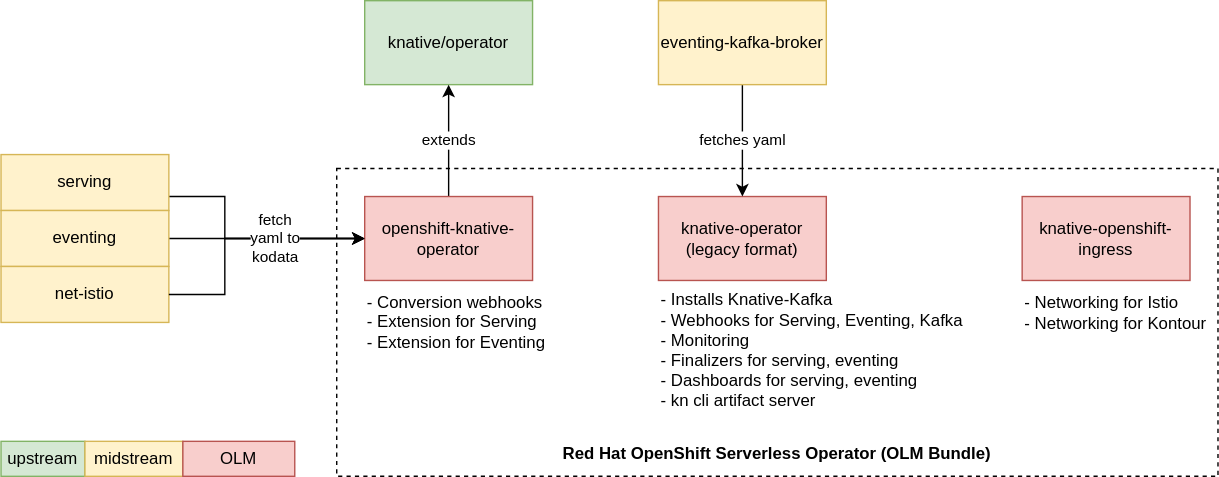
The draw.io diagram openshift-knative/high_level_overview.drawio.svg in ReToCode/diagrams, before a commit. Source tidied: cells renumbered, new cells last; positions are measured from the earlier drawing's top-left corner, leaving out a move shared by most shapes.
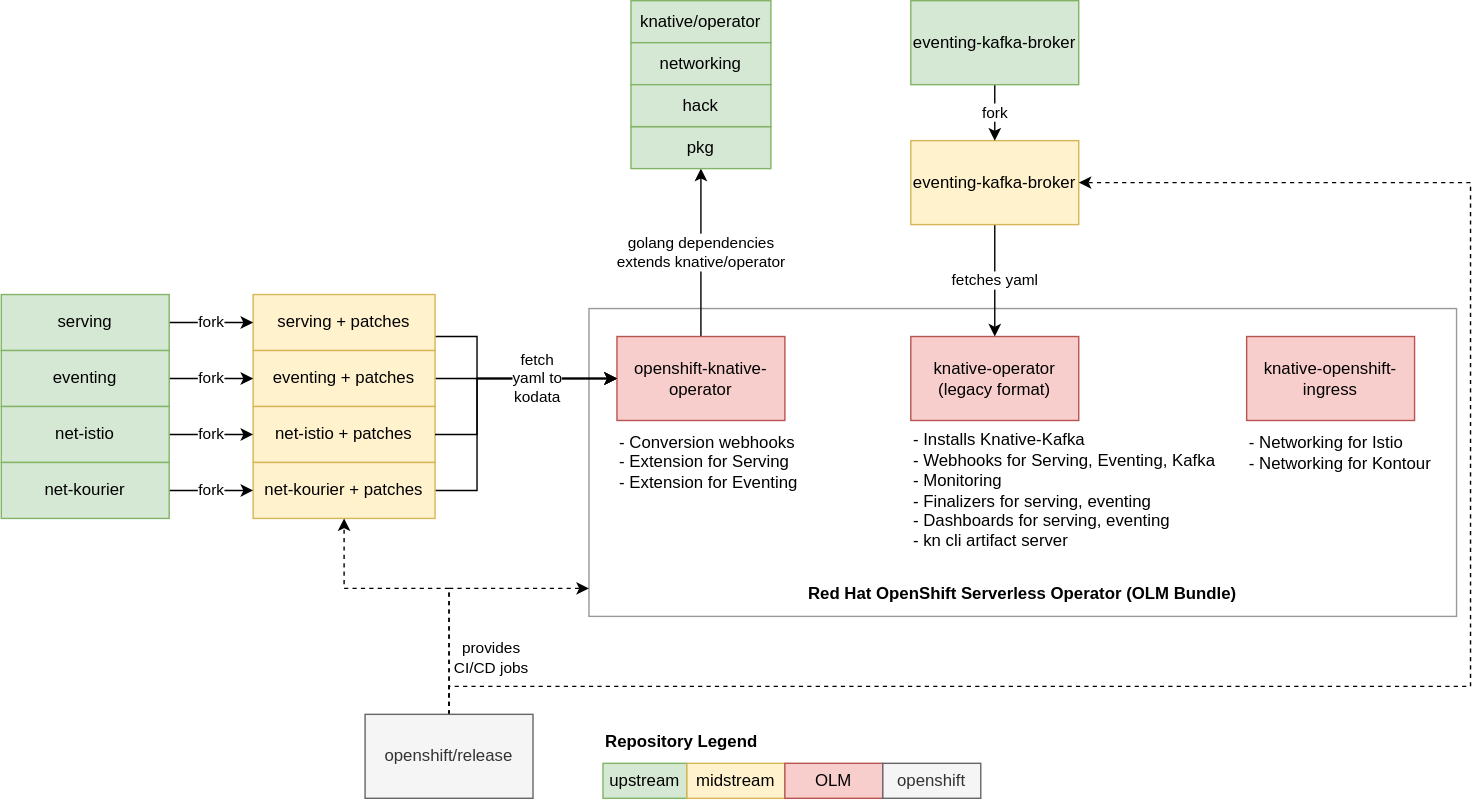
The same file after the commit.

Commit message:
Update serverless-operator diagram

What changed in the source:
```diff
@@ -2,11 +2,11 @@
   <root>
     <mxCell id="0" />
     <mxCell id="1" parent="0" />
-    <mxCell id="2" value="&amp;nbsp;&lt;br&gt;&lt;br&gt;&lt;br&gt;&lt;br&gt;&lt;br&gt;&lt;br&gt;&lt;br&gt;&lt;br&gt;&lt;br&gt;&lt;br&gt;&lt;br&gt;&lt;br&gt;&lt;br&gt;&lt;b&gt;Red Hat OpenShift Serverless Operator (OLM Bundle)&lt;/b&gt;" style="whiteSpace=wrap;html=1;fillColor=none;strokeColor=#000000;dashed=1;" parent="1" vertex="1">
-      <mxGeometry x="240" y="120" width="630" height="220" as="geometry" />
+    <mxCell id="2" value="&amp;nbsp;&lt;br&gt;&lt;br&gt;&lt;br&gt;&lt;br&gt;&lt;br&gt;&lt;br&gt;&lt;br&gt;&lt;br&gt;&lt;br&gt;&lt;br&gt;&lt;br&gt;&lt;br&gt;&lt;br&gt;&lt;b&gt;Red Hat OpenShift Serverless Operator (OLM Bundle)&lt;/b&gt;" style="whiteSpace=wrap;html=1;fillColor=none;strokeColor=#999999;" parent="1" vertex="1">
+      <mxGeometry x="240" y="120" width="620" height="220" as="geometry" />
     </mxCell>
     <mxCell id="3" value="knative/operator" style="rounded=0;whiteSpace=wrap;html=1;fillColor=#d5e8d4;strokeColor=#82b366;" parent="1" vertex="1">
-      <mxGeometry x="260" width="120" height="60" as="geometry" />
+      <mxGeometry x="270" y="-100" width="100" height="30" as="geometry" />
     </mxCell>
     <mxCell id="4" style="edgeStyle=orthogonalEdgeStyle;rounded=0;jettySize=auto;html=1;entryX=0;entryY=0.5;entryDx=0;entryDy=0;" parent="1" edge="1" source="5" target="7">
       <mxGeometry relative="1" as="geometry">
@@ -16,10 +16,10 @@
         </Array>
       </mxGeometry>
     </mxCell>
-    <mxCell id="5" value="serving" style="rounded=0;whiteSpace=wrap;html=1;fillColor=#fff2cc;strokeColor=#d6b656;" parent="1" vertex="1">
-      <mxGeometry y="110" width="120" height="40" as="geometry" />
+    <mxCell id="5" value="serving + patches" style="rounded=0;whiteSpace=wrap;html=1;fillColor=#fff2cc;strokeColor=#d6b656;" parent="1" vertex="1">
+      <mxGeometry y="110" width="130" height="40" as="geometry" />
     </mxCell>
-    <mxCell id="6" value="extends" style="edgeStyle=orthogonalEdgeStyle;rounded=0;jettySize=auto;html=1;entryX=0.5;entryY=1;entryDx=0;entryDy=0;" parent="1" edge="1" source="7" target="3">
+    <mxCell id="6" value="golang dependencies&lt;br&gt;extends knative/operator" style="edgeStyle=orthogonalEdgeStyle;rounded=0;jettySize=auto;html=1;entryX=0.5;entryY=1;entryDx=0;entryDy=0;" parent="1" edge="1" source="7" target="31">
       <mxGeometry relative="1" as="geometry" />
     </mxCell>
     <mxCell id="7" value="openshift-knative-operator" style="rounded=0;whiteSpace=wrap;html=1;fillColor=#f8cecc;strokeColor=#b85450;" parent="1" vertex="1">
@@ -33,8 +33,8 @@
         </Array>
       </mxGeometry>
     </mxCell>
-    <mxCell id="9" value="eventing" style="rounded=0;whiteSpace=wrap;html=1;fillColor=#fff2cc;strokeColor=#d6b656;" parent="1" vertex="1">
-      <mxGeometry y="150" width="120" height="40" as="geometry" />
+    <mxCell id="9" value="eventing&amp;nbsp;+ patches" style="rounded=0;whiteSpace=wrap;html=1;fillColor=#fff2cc;strokeColor=#d6b656;" parent="1" vertex="1">
+      <mxGeometry y="150" width="130" height="40" as="geometry" />
     </mxCell>
     <mxCell id="10" value="- Conversion webhooks&lt;br&gt;- Extension for Serving&lt;br&gt;- Extension for Eventing" style="text;html=1;strokeColor=none;fillColor=none;align=left;verticalAlign=middle;whiteSpace=wrap;rounded=0;" parent="1" vertex="1">
       <mxGeometry x="260" y="200" width="220" height="60" as="geometry" />
@@ -43,10 +43,10 @@
       <mxGeometry x="470" y="140" width="120" height="60" as="geometry" />
     </mxCell>
     <mxCell id="12" value="knative-openshift-ingress" style="rounded=0;whiteSpace=wrap;html=1;fillColor=#f8cecc;strokeColor=#b85450;" parent="1" vertex="1">
-      <mxGeometry x="730" y="140" width="120" height="60" as="geometry" />
+      <mxGeometry x="710" y="140" width="120" height="60" as="geometry" />
     </mxCell>
     <mxCell id="13" value="- Networking for Istio&lt;br&gt;- Networking for Kontour" style="text;html=1;strokeColor=none;fillColor=none;align=left;verticalAlign=middle;whiteSpace=wrap;rounded=0;" parent="1" vertex="1">
-      <mxGeometry x="730" y="200" width="140" height="46" as="geometry" />
+      <mxGeometry x="710" y="200" width="140" height="46" as="geometry" />
     </mxCell>
     <mxCell id="14" value="fetches yaml" style="edgeStyle=orthogonalEdgeStyle;rounded=0;jettySize=auto;html=1;entryX=0.5;entryY=0;entryDx=0;entryDy=0;" parent="1" edge="1" source="15" target="11">
       <mxGeometry relative="1" as="geometry" />
@@ -58,18 +58,18 @@
       <mxGeometry x="470" y="200" width="300" height="100" as="geometry" />
     </mxCell>
     <mxCell id="17" value="upstream" style="rounded=0;whiteSpace=wrap;html=1;strokeColor=#82b366;fillColor=#d5e8d4;" parent="1" vertex="1">
-      <mxGeometry y="315" width="60" height="25" as="geometry" />
+      <mxGeometry x="250" y="445" width="60" height="25" as="geometry" />
     </mxCell>
     <mxCell id="18" value="midstream" style="rounded=0;whiteSpace=wrap;html=1;strokeColor=#d6b656;fillColor=#fff2cc;" parent="1" vertex="1">
-      <mxGeometry x="60" y="315" width="70" height="25" as="geometry" />
+      <mxGeometry x="310" y="445" width="70" height="25" as="geometry" />
     </mxCell>
     <mxCell id="19" value="OLM" style="rounded=0;whiteSpace=wrap;html=1;strokeColor=#b85450;fillColor=#f8cecc;" parent="1" vertex="1">
-      <mxGeometry x="130" y="315" width="80" height="25" as="geometry" />
+      <mxGeometry x="380" y="445" width="70" height="25" as="geometry" />
     </mxCell>
-    <mxCell id="20" value="net-istio" style="rounded=0;whiteSpace=wrap;html=1;fillColor=#fff2cc;strokeColor=#d6b656;" parent="1" vertex="1">
-      <mxGeometry y="190" width="120" height="40" as="geometry" />
+    <mxCell id="20" value="net-istio&amp;nbsp;+ patches" style="rounded=0;whiteSpace=wrap;html=1;fillColor=#fff2cc;strokeColor=#d6b656;" parent="1" vertex="1">
+      <mxGeometry y="190" width="130" height="40" as="geometry" />
     </mxCell>
-    <mxCell id="21" value="fetch&lt;br&gt;yaml to &lt;br&gt;kodata" style="edgeStyle=orthogonalEdgeStyle;rounded=0;jettySize=auto;html=1;entryX=0;entryY=0.5;entryDx=0;entryDy=0;exitX=1;exitY=0.5;exitDx=0;exitDy=0;" parent="1" edge="1" source="20" target="7">
+    <mxCell id="21" style="edgeStyle=orthogonalEdgeStyle;rounded=0;jettySize=auto;html=1;entryX=0;entryY=0.5;entryDx=0;entryDy=0;exitX=1;exitY=0.5;exitDx=0;exitDy=0;" parent="1" edge="1" source="20" target="7">
       <mxGeometry x="0.29" relative="1" as="geometry">
         <Array as="points">
           <mxPoint x="160" y="210" />
@@ -77,5 +77,87 @@
         </Array>
       </mxGeometry>
     </mxCell>
+    <mxCell id="22" value="fork" style="edgeStyle=orthogonalEdgeStyle;rounded=0;jettySize=auto;html=1;entryX=0.5;entryY=0;entryDx=0;entryDy=0;" parent="1" edge="1" source="23" target="15">
+      <mxGeometry relative="1" as="geometry" />
+    </mxCell>
+    <mxCell id="23" value="eventing-kafka-broker" style="rounded=0;whiteSpace=wrap;html=1;fillColor=#d5e8d4;strokeColor=#82b366;" parent="1" vertex="1">
+      <mxGeometry x="470" y="-100" width="120" height="60" as="geometry" />
+    </mxCell>
+    <mxCell id="24" value="fork" style="edgeStyle=orthogonalEdgeStyle;rounded=0;jettySize=auto;html=1;" parent="1" edge="1" source="25" target="5">
+      <mxGeometry relative="1" as="geometry" />
+    </mxCell>
+    <mxCell id="25" value="serving" style="rounded=0;whiteSpace=wrap;html=1;fillColor=#d5e8d4;strokeColor=#82b366;" parent="1" vertex="1">
+      <mxGeometry x="-180" y="110" width="120" height="40" as="geometry" />
+    </mxCell>
+    <mxCell id="26" value="fork" style="edgeStyle=orthogonalEdgeStyle;rounded=0;jettySize=auto;html=1;" parent="1" edge="1" source="27" target="9">
+      <mxGeometry relative="1" as="geometry" />
+    </mxCell>
+    <mxCell id="27" value="eventing" style="rounded=0;whiteSpace=wrap;html=1;fillColor=#d5e8d4;strokeColor=#82b366;" parent="1" vertex="1">
+      <mxGeometry x="-180" y="150" width="120" height="40" as="geometry" />
+    </mxCell>
+    <mxCell id="28" value="fork" style="edgeStyle=orthogonalEdgeStyle;rounded=0;jettySize=auto;html=1;" parent="1" edge="1" source="29" target="20">
+      <mxGeometry relative="1" as="geometry" />
+    </mxCell>
+    <mxCell id="29" value="net-istio" style="rounded=0;whiteSpace=wrap;html=1;fillColor=#d5e8d4;strokeColor=#82b366;" parent="1" vertex="1">
+      <mxGeometry x="-180" y="190" width="120" height="40" as="geometry" />
+    </mxCell>
+    <mxCell id="30" value="networking" style="rounded=0;whiteSpace=wrap;html=1;fillColor=#d5e8d4;strokeColor=#82b366;" parent="1" vertex="1">
+      <mxGeometry x="270" y="-70" width="100" height="30" as="geometry" />
+    </mxCell>
+    <mxCell id="31" value="pkg" style="rounded=0;whiteSpace=wrap;html=1;fillColor=#d5e8d4;strokeColor=#82b366;" parent="1" vertex="1">
+      <mxGeometry x="270" y="-10" width="100" height="30" as="geometry" />
+    </mxCell>
+    <mxCell id="32" value="hack" style="rounded=0;whiteSpace=wrap;html=1;fillColor=#d5e8d4;strokeColor=#82b366;" parent="1" vertex="1">
+      <mxGeometry x="270" y="-40" width="100" height="30" as="geometry" />
+    </mxCell>
+    <mxCell id="33" value="Repository Legend" style="text;html=1;strokeColor=none;fillColor=none;align=left;verticalAlign=middle;whiteSpace=wrap;rounded=0;fontStyle=1;" parent="1" vertex="1">
+      <mxGeometry x="250" y="415" width="140" height="30" as="geometry" />
+    </mxCell>
+    <mxCell id="34" value="&lt;meta charset=&quot;utf-8&quot;&gt;&lt;span style=&quot;color: rgb(0, 0, 0); font-family: Helvetica; font-size: 11px; font-style: normal; font-variant-ligatures: normal; font-variant-caps: normal; font-weight: 400; letter-spacing: normal; orphans: 2; text-align: center; text-indent: 0px; text-transform: none; widows: 2; word-spacing: 0px; -webkit-text-stroke-width: 0px; background-color: rgb(255, 255, 255); text-decoration-thickness: initial; text-decoration-style: initial; text-decoration-color: initial; float: none; display: inline !important;&quot;&gt;fetch&lt;/span&gt;&lt;br style=&quot;color: rgb(0, 0, 0); font-family: Helvetica; font-size: 11px; font-style: normal; font-variant-ligatures: normal; font-variant-caps: normal; font-weight: 400; letter-spacing: normal; orphans: 2; text-align: center; text-indent: 0px; text-transform: none; widows: 2; word-spacing: 0px; -webkit-text-stroke-width: 0px; text-decoration-thickness: initial; text-decoration-style: initial; text-decoration-color: initial;&quot;&gt;&lt;span style=&quot;color: rgb(0, 0, 0); font-family: Helvetica; font-size: 11px; font-style: normal; font-variant-ligatures: normal; font-variant-caps: normal; font-weight: 400; letter-spacing: normal; orphans: 2; text-align: center; text-indent: 0px; text-transform: none; widows: 2; word-spacing: 0px; -webkit-text-stroke-width: 0px; background-color: rgb(255, 255, 255); text-decoration-thickness: initial; text-decoration-style: initial; text-decoration-color: initial; float: none; display: inline !important;&quot;&gt;yaml to&lt;/span&gt;&lt;br style=&quot;color: rgb(0, 0, 0); font-family: Helvetica; font-size: 11px; font-style: normal; font-variant-ligatures: normal; font-variant-caps: normal; font-weight: 400; letter-spacing: normal; orphans: 2; text-align: center; text-indent: 0px; text-transform: none; widows: 2; word-spacing: 0px; -webkit-text-stroke-width: 0px; text-decoration-thickness: initial; text-decoration-style: initial; text-decoration-color: initial;&quot;&gt;&lt;span style=&quot;color: rgb(0, 0, 0); font-family: Helvetica; font-size: 11px; font-style: normal; font-variant-ligatures: normal; font-variant-caps: normal; font-weight: 400; letter-spacing: normal; orphans: 2; text-align: center; text-indent: 0px; text-transform: none; widows: 2; word-spacing: 0px; -webkit-text-stroke-width: 0px; background-color: rgb(255, 255, 255); text-decoration-thickness: initial; text-decoration-style: initial; text-decoration-color: initial; float: none; display: inline !important;&quot;&gt;kodata&lt;/span&gt;" style="edgeStyle=orthogonalEdgeStyle;rounded=0;jettySize=auto;html=1;entryX=0;entryY=0.5;entryDx=0;entryDy=0;" parent="1" edge="1" source="35" target="7">
+      <mxGeometry x="0.45" relative="1" as="geometry">
+        <Array as="points">
+          <mxPoint x="160" y="250" />
+          <mxPoint x="160" y="170" />
+        </Array>
+      </mxGeometry>
+    </mxCell>
+    <mxCell id="35" value="net-kourier&amp;nbsp;+ patches" style="rounded=0;whiteSpace=wrap;html=1;fillColor=#fff2cc;strokeColor=#d6b656;" parent="1" vertex="1">
+      <mxGeometry y="230" width="130" height="40" as="geometry" />
+    </mxCell>
+    <mxCell id="36" value="fork" style="edgeStyle=orthogonalEdgeStyle;rounded=0;jettySize=auto;html=1;" parent="1" edge="1" source="37" target="35">
+      <mxGeometry relative="1" as="geometry" />
+    </mxCell>
+    <mxCell id="37" value="net-kourier" style="rounded=0;whiteSpace=wrap;html=1;fillColor=#d5e8d4;strokeColor=#82b366;" parent="1" vertex="1">
+      <mxGeometry x="-180" y="230" width="120" height="40" as="geometry" />
+    </mxCell>
+    <mxCell id="38" style="edgeStyle=orthogonalEdgeStyle;rounded=0;jettySize=auto;html=1;dashed=1;" parent="1" edge="1" source="41" target="35">
+      <mxGeometry relative="1" as="geometry">
+        <Array as="points">
+          <mxPoint x="140" y="320" />
+          <mxPoint x="65" y="320" />
+        </Array>
+      </mxGeometry>
+    </mxCell>
+    <mxCell id="39" style="edgeStyle=orthogonalEdgeStyle;rounded=0;jettySize=auto;html=1;dashed=1;" parent="1" edge="1" source="41" target="2">
+      <mxGeometry relative="1" as="geometry">
+        <Array as="points">
+          <mxPoint x="140" y="320" />
+        </Array>
+      </mxGeometry>
+    </mxCell>
+    <mxCell id="40" value="provides&lt;br&gt;CI/CD jobs" style="edgeStyle=orthogonalEdgeStyle;rounded=0;jettySize=auto;html=1;dashed=1;" parent="1" edge="1" source="41" target="15">
+      <mxGeometry x="-0.93" y="20" relative="1" as="geometry">
+        <Array as="points">
+          <mxPoint x="870" y="390" />
+          <mxPoint x="870" y="30" />
+        </Array>
+      </mxGeometry>
+    </mxCell>
+    <mxCell id="41" value="openshift/release" style="rounded=0;whiteSpace=wrap;html=1;fillColor=#f5f5f5;strokeColor=#666666;fontColor=#333333;" parent="1" vertex="1">
+      <mxGeometry x="80" y="410" width="120" height="60" as="geometry" />
+    </mxCell>
+    <mxCell id="42" value="openshift" style="rounded=0;whiteSpace=wrap;html=1;fillColor=#f5f5f5;strokeColor=#666666;fontColor=#333333;" parent="1" vertex="1">
+      <mxGeometry x="450" y="445" width="70" height="25" as="geometry" />
+    </mxCell>
   </root>
 </mxGraphModel>
```
